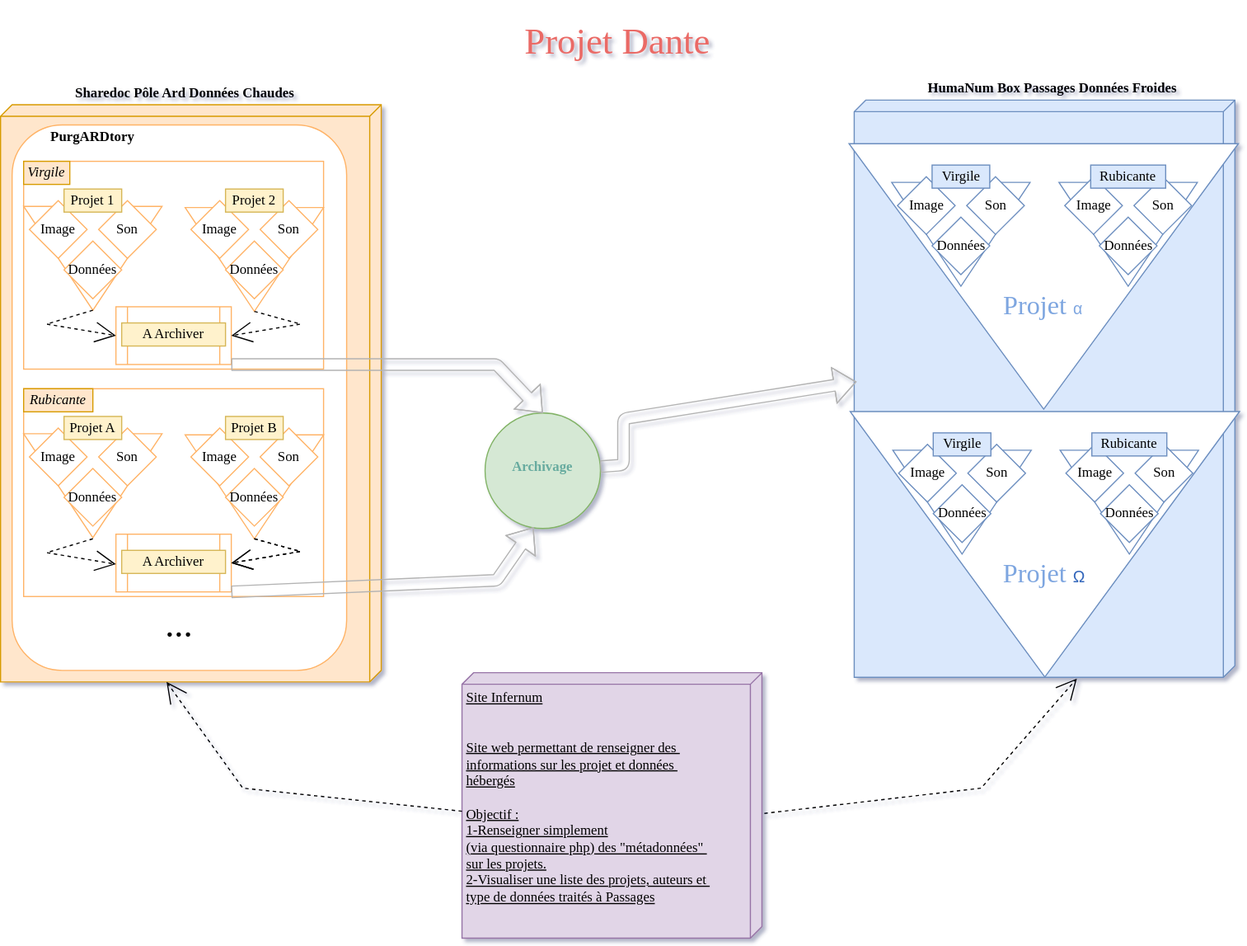
LeCampionG/Projet_Dante keeps this draw.io diagram as Projet_Dante.svg. Above is the earlier version. Source tidied: cells renumbered, new cells last; positions are measured from the earlier drawing's top-left corner, leaving out a move shared by most shapes.
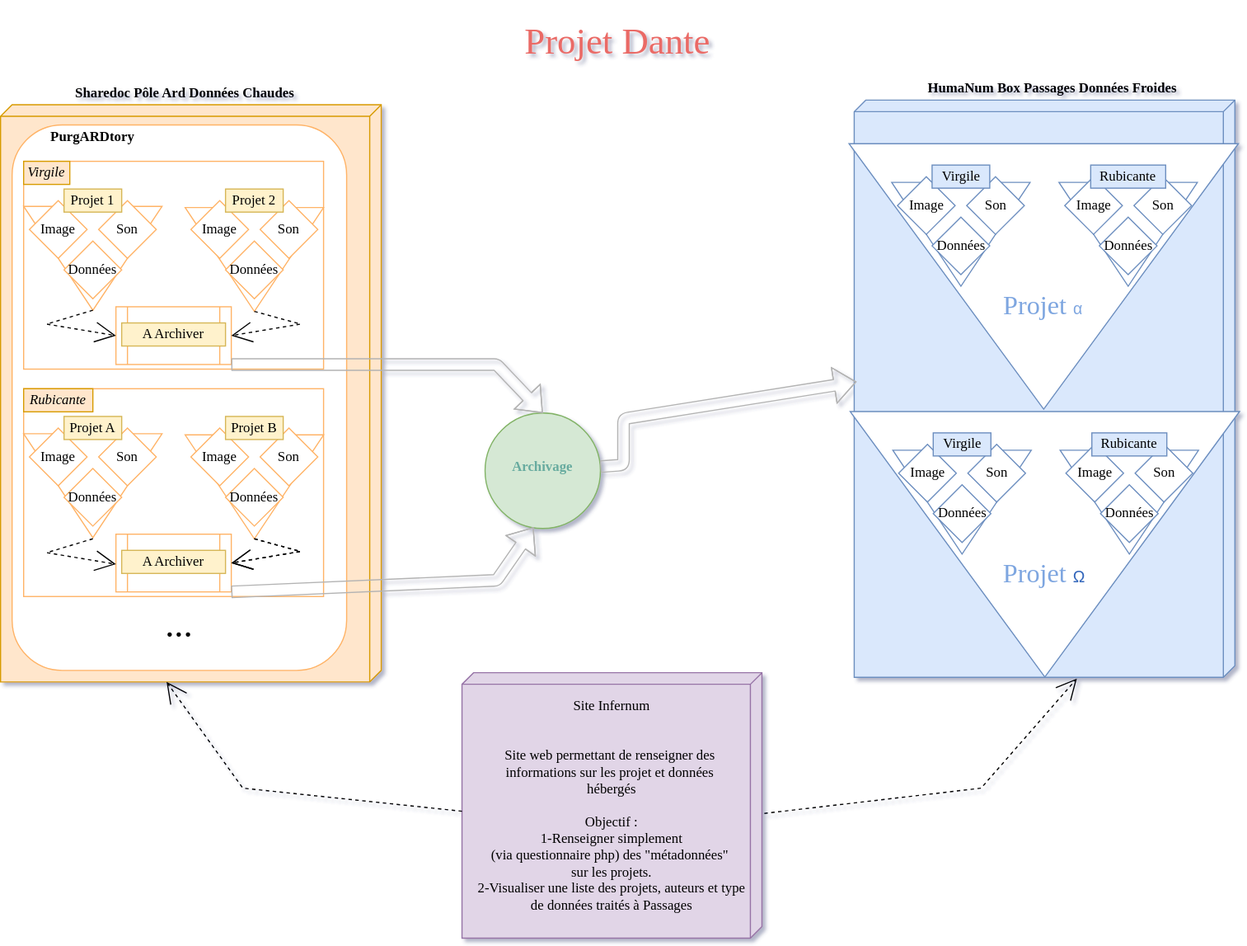
After the commit.

What changed in the source:
```diff
@@ -11,7 +11,7 @@
     <mxCell id="4" style="verticalAlign=top;align=left;spacingTop=8;spacingLeft=2;spacingRight=12;shape=cube;size=10;direction=south;fontStyle=4;html=1;rounded=0;shadow=0;comic=0;labelBackgroundColor=none;strokeWidth=1;fontFamily=Verdana;fontSize=12;fillColor=#dae8fc;strokeColor=#6c8ebf;" parent="1" vertex="1">
       <mxGeometry x="740" y="86" width="330" height="500" as="geometry" />
     </mxCell>
-    <mxCell id="5" value="Site Infernum&lt;br&gt;&lt;br&gt;&lt;br&gt;Site web permettant de renseigner des&amp;nbsp;&lt;br&gt;informations sur les projet et données&amp;nbsp;&lt;br&gt;hébergés&lt;br&gt;&lt;br&gt;Objectif : &lt;br&gt;1-Renseigner simplement&lt;br&gt;(via questionnaire php) des &quot;métadonnées&quot;&amp;nbsp;&lt;br&gt;sur les projets.&lt;br&gt;2-Visualiser une liste des projets, auteurs et&amp;nbsp;&lt;br&gt;type de données traités à Passages" style="verticalAlign=top;align=left;spacingTop=8;spacingLeft=2;spacingRight=12;shape=cube;size=10;direction=south;fontStyle=4;html=1;rounded=0;shadow=0;comic=0;labelBackgroundColor=none;strokeWidth=1;fontFamily=Georgia;fontSize=12;fillColor=#e1d5e7;strokeColor=#9673a6;" parent="1" vertex="1">
+    <mxCell id="5" style="verticalAlign=top;align=left;spacingTop=8;spacingLeft=2;spacingRight=12;shape=cube;size=10;direction=south;fontStyle=4;html=1;rounded=0;shadow=0;comic=0;labelBackgroundColor=none;strokeWidth=1;fontFamily=Georgia;fontSize=12;fillColor=#e1d5e7;strokeColor=#9673a6;" parent="1" vertex="1">
       <mxGeometry x="400" y="582" width="260" height="230" as="geometry" />
     </mxCell>
     <mxCell id="6" value="&lt;font color=&quot;#67ab9f&quot;&gt;Archivage&lt;/font&gt;" style="text;html=1;strokeColor=none;fillColor=none;align=center;verticalAlign=middle;whiteSpace=wrap;rounded=0;fontFamily=Georgia;fontStyle=1;" parent="1" vertex="1">
@@ -283,5 +283,8 @@
         </Array>
       </mxGeometry>
     </mxCell>
+    <mxCell id="80" value="&lt;span style=&quot;text-align: left&quot;&gt;Site Infernum&lt;/span&gt;&lt;br style=&quot;text-align: left&quot;&gt;&lt;br style=&quot;text-align: left&quot;&gt;&lt;br style=&quot;text-align: left&quot;&gt;&lt;span style=&quot;text-align: left&quot;&gt;Site web permettant de renseigner des&amp;nbsp;&lt;/span&gt;&lt;br style=&quot;text-align: left&quot;&gt;&lt;span style=&quot;text-align: left&quot;&gt;informations sur les projet et données&amp;nbsp;&lt;/span&gt;&lt;br style=&quot;text-align: left&quot;&gt;&lt;span style=&quot;text-align: left&quot;&gt;hébergés&lt;/span&gt;&lt;br style=&quot;text-align: left&quot;&gt;&lt;br style=&quot;text-align: left&quot;&gt;&lt;span style=&quot;text-align: left&quot;&gt;Objectif :&lt;/span&gt;&lt;br style=&quot;text-align: left&quot;&gt;&lt;span style=&quot;text-align: left&quot;&gt;1-Renseigner simplement&lt;/span&gt;&lt;br style=&quot;text-align: left&quot;&gt;&lt;span style=&quot;text-align: left&quot;&gt;(via questionnaire php) des &quot;métadonnées&quot;&amp;nbsp;&lt;/span&gt;&lt;br style=&quot;text-align: left&quot;&gt;&lt;span style=&quot;text-align: left&quot;&gt;sur les projets.&lt;/span&gt;&lt;br style=&quot;text-align: left&quot;&gt;&lt;span style=&quot;text-align: left&quot;&gt;2-Visualiser une liste des projets, auteurs et&amp;nbsp;&lt;/span&gt;&lt;span style=&quot;text-align: left&quot;&gt;type de données traités à Passages&lt;/span&gt;" style="text;html=1;strokeColor=none;fillColor=none;align=center;verticalAlign=middle;whiteSpace=wrap;rounded=0;fontFamily=Georgia;fontSize=12;" parent="1" vertex="1">
+      <mxGeometry x="410" y="597" width="240" height="200" as="geometry" />
+    </mxCell>
   </root>
 </mxGraphModel>
```
